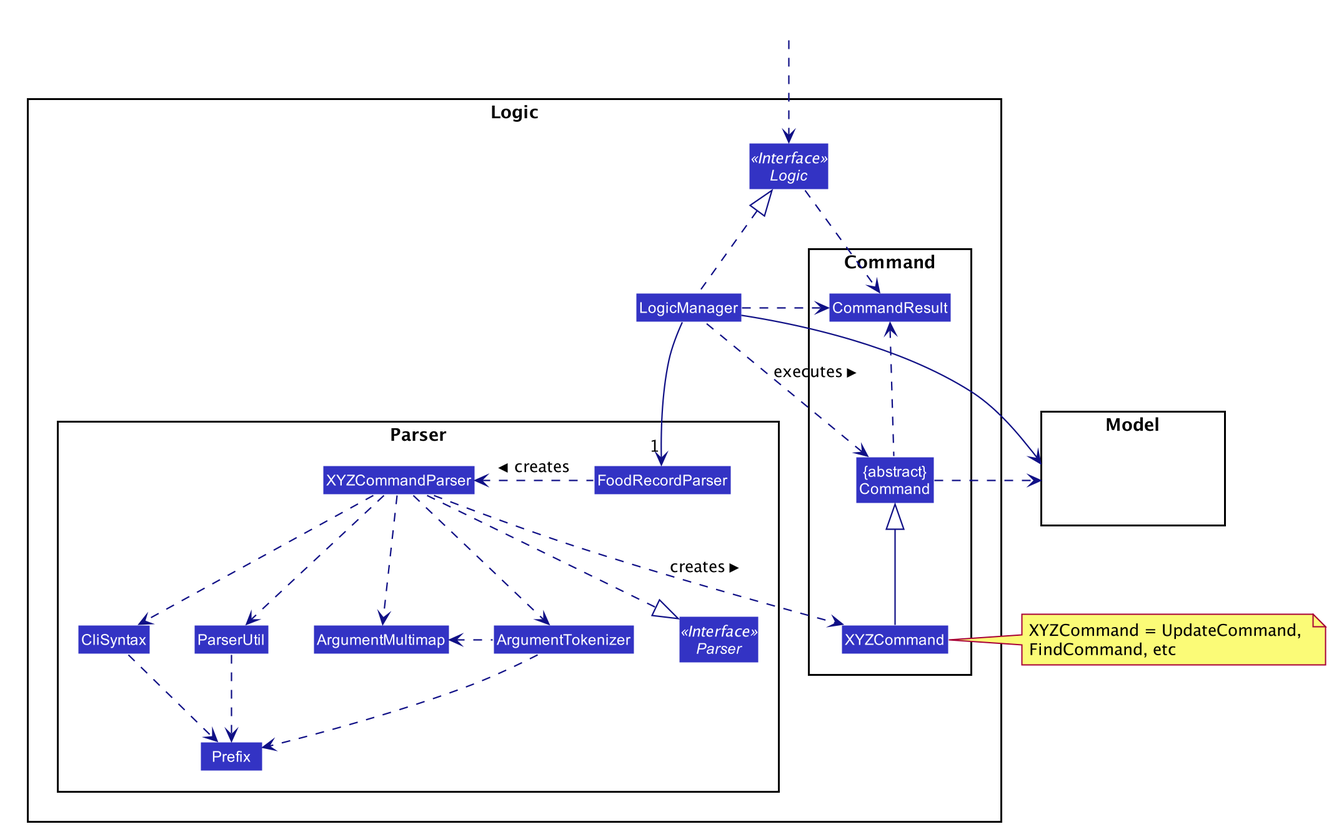
The PlantUML diagram images/LogicClassDiagram.png in AY1920S2-CS2103T-F11-1/main, before a commit. The source it was exported from:
```plantuml
@startuml








skinparam BackgroundColor #FFFFFFF

skinparam Shadowing false

skinparam Class {
    FontColor #FFFFFF
    BorderThickness 1
    BorderColor #FFFFFF
    StereotypeFontColor #FFFFFF
    FontName Arial
}

skinparam Actor {
    BorderColor #000000
    Color #000000
    FontName Arial
}

skinparam Sequence {
    MessageAlign center
    BoxFontSize 15
    BoxPadding 0
    BoxFontColor #FFFFFF
    FontName Arial
}

skinparam Participant {
    FontColor #FFFFFFF
    Padding 20
}

skinparam MinClassWidth 50
skinparam ParticipantPadding 10
skinparam Shadowing false
skinparam DefaultTextAlignment center
skinparam packageStyle Rectangle

hide footbox
hide members
hide circle
skinparam arrowThickness 1.1
skinparam arrowColor #101086
skinparam classBackgroundColor #3333C4

package Logic {

package Parser {
Interface Parser <<Interface>>
Class FoodRecordParser
Class XYZCommandParser
Class CliSyntax
Class ParserUtil
Class ArgumentMultimap
Class ArgumentTokenizer
Class Prefix
}

package Command {
Class XYZCommand
Class CommandResult
Class "{abstract}\nCommand" as Command
}

Interface Logic <<Interface>>
Class LogicManager
}

package Model{
Class HiddenModel #FFFFFF
}

Class HiddenOutside #FFFFFF
HiddenOutside ..> Logic

LogicManager .up.|> Logic
LogicManager -->"1" FoodRecordParser
FoodRecordParser .left.> XYZCommandParser: creates >

XYZCommandParser ..> XYZCommand : creates >
XYZCommandParser ..|> Parser
XYZCommandParser ..> ArgumentMultimap
XYZCommandParser ..> ArgumentTokenizer
ArgumentTokenizer .left.> ArgumentMultimap
XYZCommandParser ..> CliSyntax
CliSyntax ..> Prefix
XYZCommandParser ..> ParserUtil
ParserUtil .down.> Prefix
ArgumentTokenizer .down.> Prefix
XYZCommand -up-|> Command
LogicManager .left.> Command : executes >

LogicManager --> Model
Command .right.> Model
note right of XYZCommand: XYZCommand = UpdateCommand, \nFindCommand, etc

Logic ..> CommandResult
LogicManager .down.> CommandResult
Command .up.> CommandResult
CommandResult -[hidden]-> Parser
@enduml
```
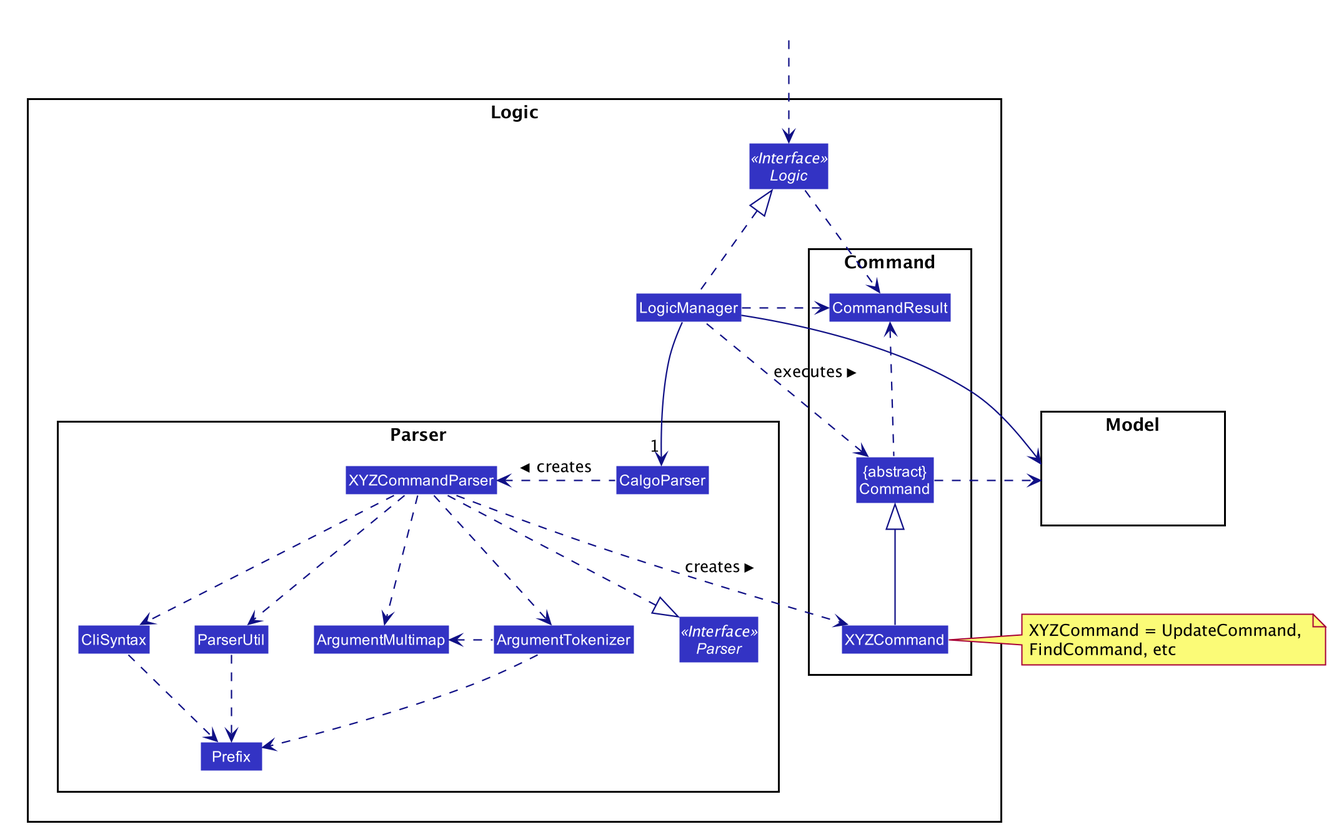
Later version of the same file.

What changed in the source:
```diff
@@ -1,4 +1,5 @@
 @startuml
+
 
 
 
@@ -55,7 +56,7 @@
 
 package Parser {
 Interface Parser <<Interface>>
-Class FoodRecordParser
+Class CalgoParser
 Class XYZCommandParser
 Class CliSyntax
 Class ParserUtil
@@ -82,8 +83,8 @@
 HiddenOutside ..> Logic
 
 LogicManager .up.|> Logic
-LogicManager -->"1" FoodRecordParser
-FoodRecordParser .left.> XYZCommandParser: creates >
+LogicManager -->"1" CalgoParser
+CalgoParser .left.> XYZCommandParser: creates >
 
 XYZCommandParser ..> XYZCommand : creates >
 XYZCommandParser ..|> Parser
```
